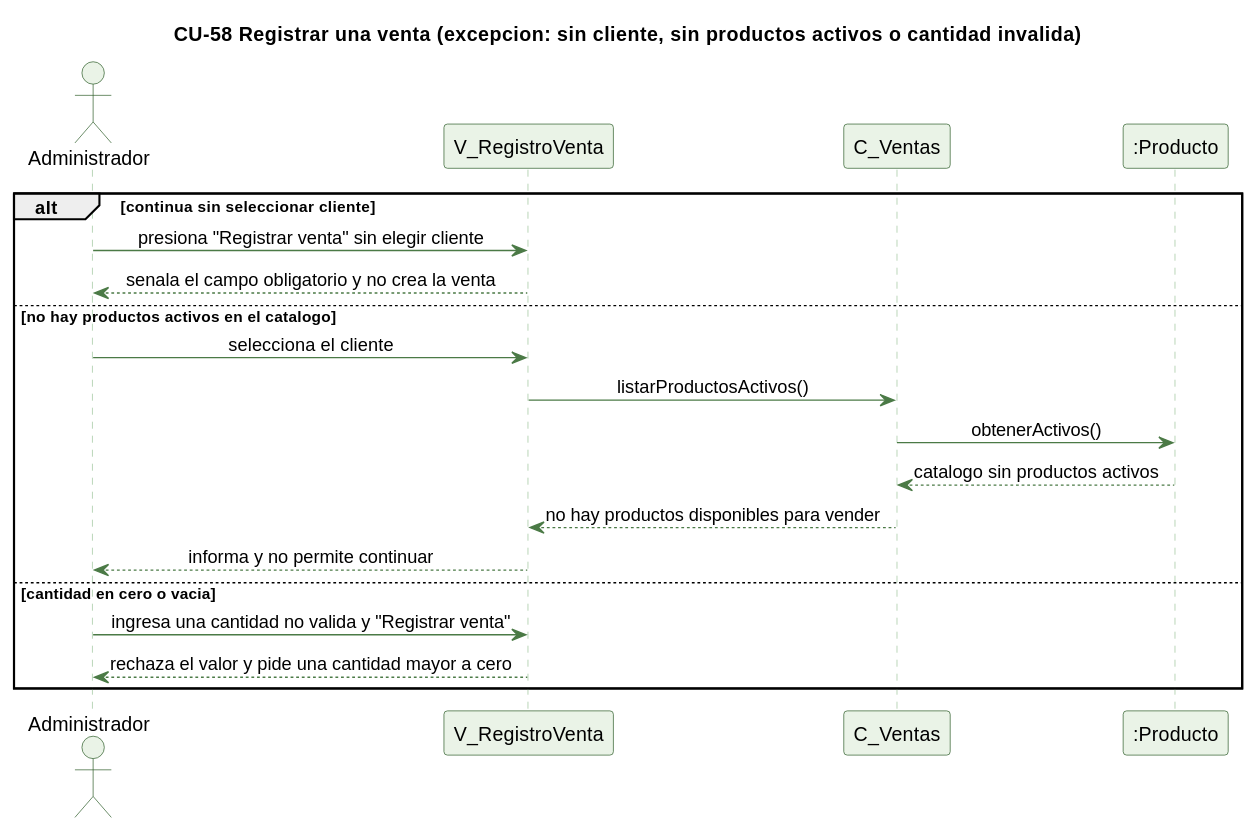
The PlantUML diagram docs/trabajo-grupal/diagramas/secuencias/cu58-registrar-venta-excepcion.svg in kenjikaese/Triverde, before a commit. Source of this version:
```plantuml
@startuml
skinparam backgroundColor #FFFFFF
skinparam shadowing false
skinparam defaultFontName Helvetica
skinparam sequenceMessageAlign center
skinparam ParticipantBackgroundColor #EAF3E7
skinparam ParticipantBorderColor #2E5E2A
skinparam ActorBackgroundColor #EAF3E7
skinparam ActorBorderColor #2E5E2A
skinparam sequenceLifeLineBorderColor #9CC49A
skinparam ArrowColor #4B7A46

title CU-58 Registrar una venta (excepcion: sin cliente, sin productos activos o cantidad invalida)

actor Administrador
participant "V_RegistroVenta" as V
participant "C_Ventas" as C
participant ":Producto" as P

alt continua sin seleccionar cliente
  Administrador -> V : presiona "Registrar venta" sin elegir cliente
  V --> Administrador : senala el campo obligatorio y no crea la venta
else no hay productos activos en el catalogo
  Administrador -> V : selecciona el cliente
  V -> C : listarProductosActivos()
  C -> P : obtenerActivos()
  P --> C : catalogo sin productos activos
  C --> V : no hay productos disponibles para vender
  V --> Administrador : informa y no permite continuar
else cantidad en cero o vacia
  Administrador -> V : ingresa una cantidad no valida y "Registrar venta"
  V --> Administrador : rechaza el valor y pide una cantidad mayor a cero
end
@enduml
```
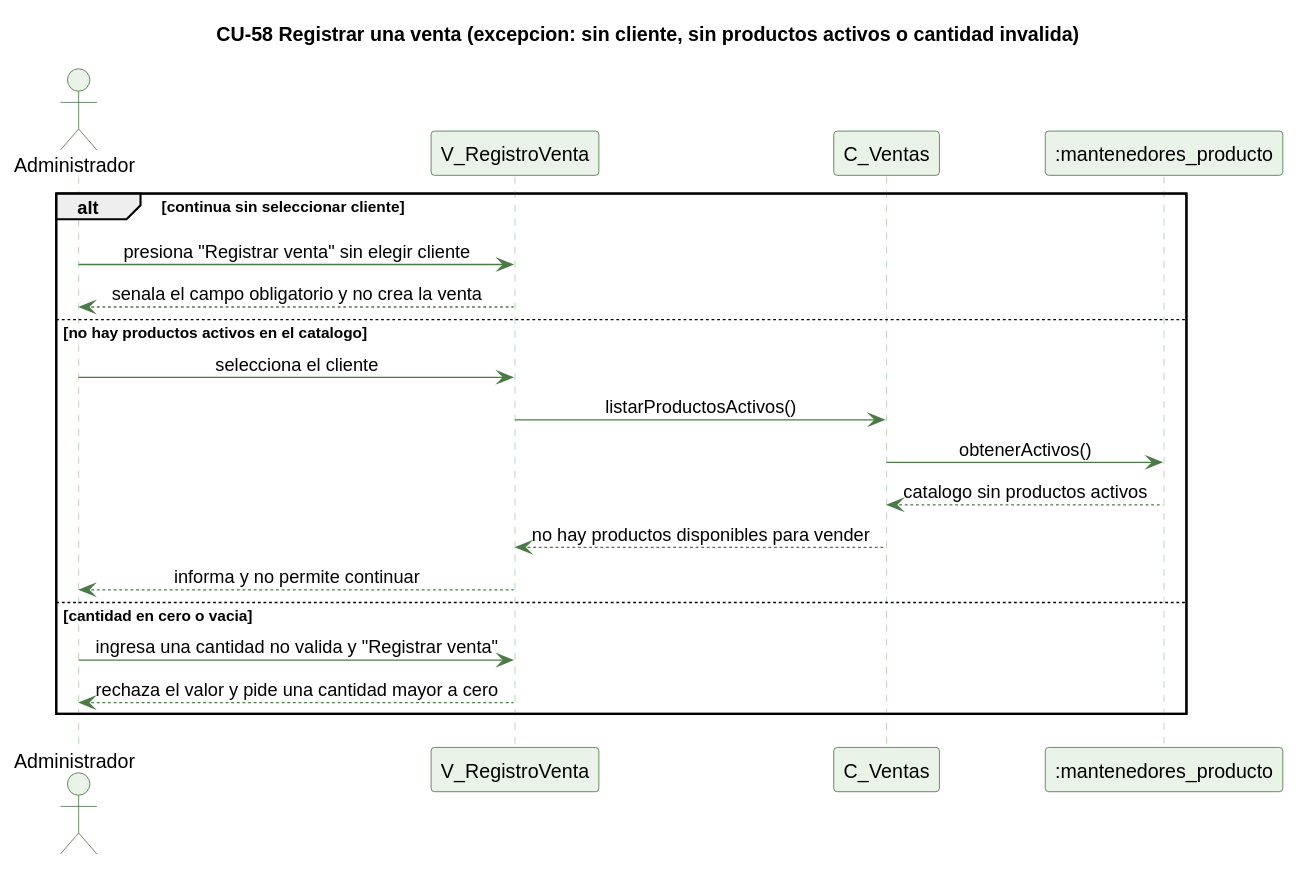
Later version of the same file.

Diff of the diagram source:
```diff
@@ -15,7 +15,7 @@
 actor Administrador
 participant "V_RegistroVenta" as V
 participant "C_Ventas" as C
-participant ":Producto" as P
+participant ":mantenedores_producto" as P
 
 alt continua sin seleccionar cliente
   Administrador -> V : presiona "Registrar venta" sin elegir cliente
```
